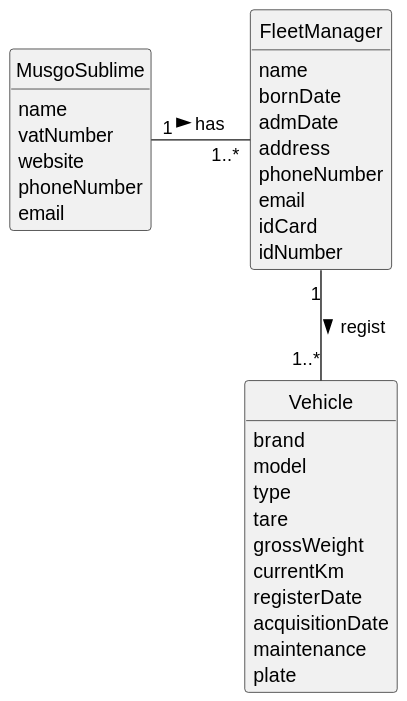
Above: docs/sprintA/us006/02.analysis/svg/us006-domain-model.svg in 1231360-ISEP/lei-24-s2-1db-g021 (PlantUML), before the change.
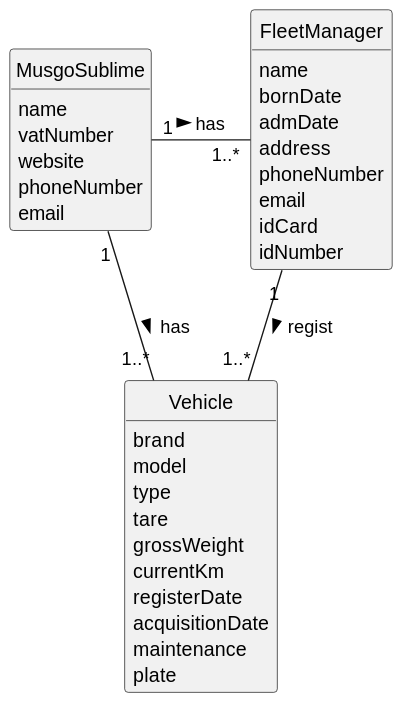
After the change.

Commit message:
US6 - Update the Domain Model Excerpt and SVG

Diff of the diagram source:
```diff
@@ -42,4 +42,5 @@
 
 MusgoSublime "1" - "1..*" FleetManager: has >
 FleetManager "1" -- "1..*" Vehicle : regist >
+MusgoSublime "1" - "1..*" Vehicle: has >
 @enduml
```
